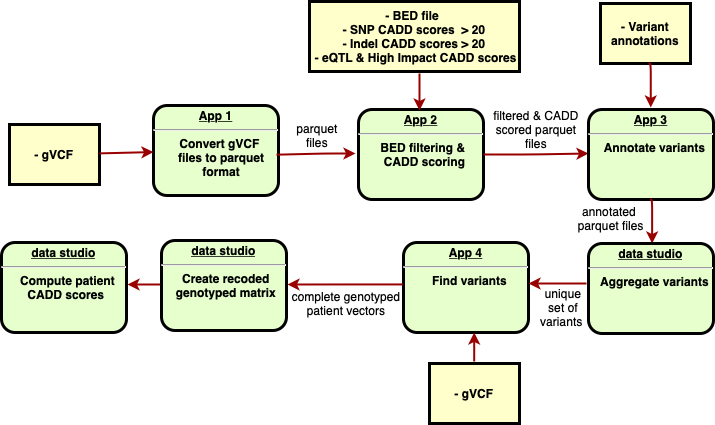
The draw.io diagram gene_burden_test_drawIO_workflow.drawio.png in benstear/Bioinformatics, before a commit. Source tidied: cells renumbered, new cells last; positions are measured from the earlier drawing's top-left corner, leaving out a move shared by most shapes.
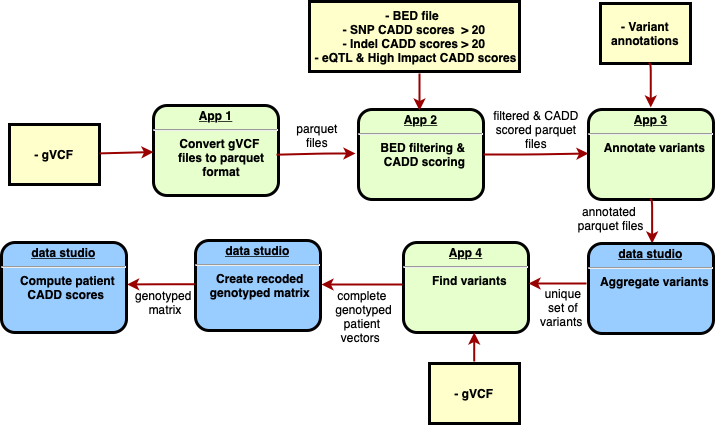
The same file after the commit.

What changed in the source:
```diff
@@ -2,6 +2,9 @@
   <root>
     <mxCell id="0" />
     <mxCell id="1" parent="0" />
+    <mxCell id="26" value="&lt;p style=&quot;margin: 0px; margin-top: 4px; text-align: center; text-decoration: underline;&quot;&gt;&lt;span style=&quot;text-decoration: none;&quot;&gt;data studio&lt;/span&gt;&lt;strong&gt;&lt;br&gt;&lt;/strong&gt;&lt;/p&gt;&lt;hr&gt;&lt;p style=&quot;margin: 0px; margin-left: 8px;&quot;&gt;Create recoded&amp;nbsp;&lt;/p&gt;&lt;p style=&quot;margin: 0px; margin-left: 8px;&quot;&gt;genotyped matrix&amp;nbsp;&lt;/p&gt;" style="verticalAlign=middle;align=center;overflow=fill;fontSize=12;fontFamily=Helvetica;html=1;rounded=1;fontStyle=1;strokeWidth=3;fillColor=#99CCFF;" parent="1" vertex="1">
+      <mxGeometry x="194" y="239" width="125" height="90" as="geometry" />
+    </mxCell>
     <mxCell id="2" value="&lt;p style=&quot;margin: 0px; margin-top: 4px; text-align: center; text-decoration: underline;&quot;&gt;&lt;strong&gt;App 1&lt;br&gt;&lt;/strong&gt;&lt;/p&gt;&lt;hr&gt;&lt;p style=&quot;margin: 0px; margin-left: 8px;&quot;&gt;Convert gVCF&lt;/p&gt;&lt;p style=&quot;margin: 0px; margin-left: 8px;&quot;&gt;&amp;nbsp;files to parquet&lt;/p&gt;&lt;p style=&quot;margin: 0px; margin-left: 8px;&quot;&gt;&amp;nbsp;format&lt;/p&gt;" style="verticalAlign=middle;align=center;overflow=fill;fontSize=12;fontFamily=Helvetica;html=1;rounded=1;fontStyle=1;strokeWidth=3;fillColor=#E6FFCC;" parent="1" vertex="1">
       <mxGeometry x="152" y="104" width="125" height="90" as="geometry" />
     </mxCell>
@@ -73,7 +76,7 @@
         </Array>
       </mxGeometry>
     </mxCell>
-    <mxCell id="16" value="&lt;p style=&quot;margin: 0px; margin-top: 4px; text-align: center; text-decoration: underline;&quot;&gt;&lt;span style=&quot;text-decoration: none;&quot;&gt;data studio&lt;/span&gt;&lt;strong&gt;&lt;br&gt;&lt;/strong&gt;&lt;/p&gt;&lt;hr&gt;&lt;p style=&quot;margin: 0px; margin-left: 8px;&quot;&gt;Aggregate variants&lt;/p&gt;" style="verticalAlign=middle;align=center;overflow=fill;fontSize=12;fontFamily=Helvetica;html=1;rounded=1;fontStyle=1;strokeWidth=3;fillColor=#E6FFCC;" parent="1" vertex="1">
+    <mxCell id="16" value="&lt;p style=&quot;margin: 0px; margin-top: 4px; text-align: center; text-decoration: underline;&quot;&gt;&lt;span style=&quot;text-decoration: none;&quot;&gt;data studio&lt;/span&gt;&lt;strong&gt;&lt;br&gt;&lt;/strong&gt;&lt;/p&gt;&lt;hr&gt;&lt;p style=&quot;margin: 0px; margin-left: 8px;&quot;&gt;Aggregate variants&lt;/p&gt;" style="verticalAlign=middle;align=center;overflow=fill;fontSize=12;fontFamily=Helvetica;html=1;rounded=1;fontStyle=1;strokeWidth=3;fillColor=#99CCFF;" parent="1" vertex="1">
       <mxGeometry x="587" y="242" width="125" height="90" as="geometry" />
     </mxCell>
     <mxCell id="17" value="annotated&#10; parquet files" style="text;spacingTop=-5;align=center;" parent="1" vertex="1">
@@ -94,8 +97,8 @@
     <mxCell id="20" value="- gVCF" style="whiteSpace=wrap;align=center;verticalAlign=middle;fontStyle=1;strokeWidth=3;fillColor=#FFFFCC;" parent="1" vertex="1">
       <mxGeometry x="428" y="362" width="90" height="60" as="geometry" />
     </mxCell>
-    <mxCell id="21" value="complete genotyped&#10; patient vectors " style="text;spacingTop=-5;align=center;" parent="1" vertex="1">
-      <mxGeometry x="330" y="287" width="30" height="20" as="geometry" />
+    <mxCell id="21" value="complete&#10; genotyped&#10; patient &#10;vectors " style="text;spacingTop=-5;align=center;fontStyle=0;" parent="1" vertex="1">
+      <mxGeometry x="346" y="286" width="30" height="20" as="geometry" />
     </mxCell>
     <mxCell id="22" style="edgeStyle=elbowEdgeStyle;elbow=vertical;strokeColor=#990000;strokeWidth=2;" parent="1" edge="1">
       <mxGeometry relative="1" as="geometry">
@@ -106,25 +109,25 @@
         </Array>
       </mxGeometry>
     </mxCell>
-    <mxCell id="23" style="edgeStyle=elbowEdgeStyle;elbow=horizontal;strokeColor=#990000;strokeWidth=2;exitX=-0.005;exitY=0.466;exitDx=0;exitDy=0;exitPerimeter=0;" parent="1" edge="1" source="18">
+    <mxCell id="23" style="edgeStyle=elbowEdgeStyle;elbow=horizontal;strokeColor=#990000;strokeWidth=2;" parent="1" edge="1">
       <mxGeometry relative="1" as="geometry">
-        <mxPoint x="286" y="283" as="targetPoint" />
+        <mxPoint x="401" y="283" as="sourcePoint" />
+        <mxPoint x="320" y="283" as="targetPoint" />
       </mxGeometry>
     </mxCell>
     <mxCell id="24" value="unique &#10;set of &#10;variants " style="text;spacingTop=-5;align=center;" parent="1" vertex="1">
       <mxGeometry x="547" y="284" width="30" height="20" as="geometry" />
     </mxCell>
-    <mxCell id="25" style="edgeStyle=elbowEdgeStyle;elbow=horizontal;strokeColor=#990000;strokeWidth=2;" parent="1" edge="1">
+    <mxCell id="25" style="edgeStyle=elbowEdgeStyle;elbow=horizontal;strokeColor=#990000;strokeWidth=2;exitX=-0.014;exitY=0.486;exitDx=0;exitDy=0;exitPerimeter=0;entryX=1.005;entryY=0.466;entryDx=0;entryDy=0;entryPerimeter=0;" parent="1" edge="1" target="27">
       <mxGeometry relative="1" as="geometry">
-        <mxPoint x="160" y="283" as="sourcePoint" />
-        <mxPoint x="126" y="283" as="targetPoint" />
+        <mxPoint x="193.2" y="282.7" as="sourcePoint" />
       </mxGeometry>
     </mxCell>
-    <mxCell id="26" value="&lt;p style=&quot;margin: 0px; margin-top: 4px; text-align: center; text-decoration: underline;&quot;&gt;&lt;span style=&quot;text-decoration: none;&quot;&gt;data studio&lt;/span&gt;&lt;strong&gt;&lt;br&gt;&lt;/strong&gt;&lt;/p&gt;&lt;hr&gt;&lt;p style=&quot;margin: 0px; margin-left: 8px;&quot;&gt;Create recoded&amp;nbsp;&lt;/p&gt;&lt;p style=&quot;margin: 0px; margin-left: 8px;&quot;&gt;genotyped matrix&amp;nbsp;&lt;/p&gt;" style="verticalAlign=middle;align=center;overflow=fill;fontSize=12;fontFamily=Helvetica;html=1;rounded=1;fontStyle=1;strokeWidth=3;fillColor=#E6FFCC;" parent="1" vertex="1">
-      <mxGeometry x="160" y="239" width="125" height="90" as="geometry" />
-    </mxCell>
-    <mxCell id="27" value="&lt;p style=&quot;margin: 0px; margin-top: 4px; text-align: center; text-decoration: underline;&quot;&gt;&lt;span style=&quot;text-decoration: none;&quot;&gt;data studio&lt;/span&gt;&lt;strong&gt;&lt;br&gt;&lt;/strong&gt;&lt;/p&gt;&lt;hr&gt;&lt;p style=&quot;margin: 0px; margin-left: 8px;&quot;&gt;Compute patient&lt;/p&gt;&lt;p style=&quot;margin: 0px; margin-left: 8px;&quot;&gt;CADD scores&amp;nbsp;&lt;br&gt;&lt;/p&gt;" style="verticalAlign=middle;align=center;overflow=fill;fontSize=12;fontFamily=Helvetica;html=1;rounded=1;fontStyle=1;strokeWidth=3;fillColor=#E6FFCC;" parent="1" vertex="1">
+    <mxCell id="27" value="&lt;p style=&quot;margin: 0px; margin-top: 4px; text-align: center; text-decoration: underline;&quot;&gt;&lt;span style=&quot;text-decoration: none;&quot;&gt;data studio&lt;/span&gt;&lt;strong&gt;&lt;br&gt;&lt;/strong&gt;&lt;/p&gt;&lt;hr&gt;&lt;p style=&quot;margin: 0px; margin-left: 8px;&quot;&gt;Compute patient&lt;/p&gt;&lt;p style=&quot;margin: 0px; margin-left: 8px;&quot;&gt;CADD scores&amp;nbsp;&lt;br&gt;&lt;/p&gt;" style="verticalAlign=middle;align=center;overflow=fill;fontSize=12;fontFamily=Helvetica;html=1;rounded=1;fontStyle=1;strokeWidth=3;fillColor=#99CCFF;" parent="1" vertex="1">
       <mxGeometry y="241" width="125" height="90" as="geometry" />
     </mxCell>
+    <mxCell id="28" value="genotyped &#10;matrix" style="text;spacingTop=-5;align=center;" parent="1" vertex="1">
+      <mxGeometry x="149" y="286" width="30" height="20" as="geometry" />
+    </mxCell>
   </root>
 </mxGraphModel>
```
